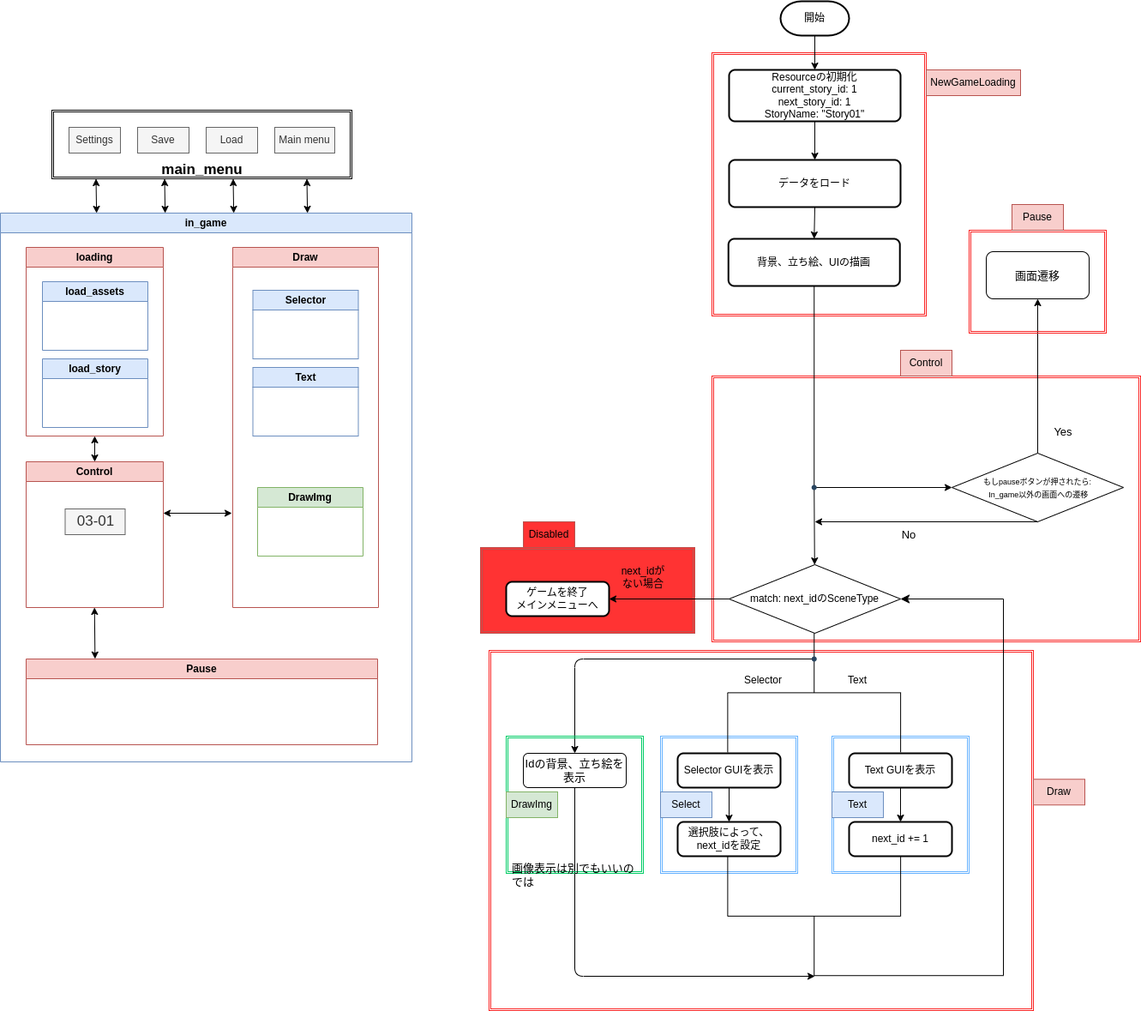
Earlier version of the draw.io export drawio/03_InGame.drawio.png (karasunokoppu/simple-novel-game). Source tidied: cells renumbered, new cells last; positions are measured from the earlier drawing's top-left corner, leaving out a move shared by most shapes.
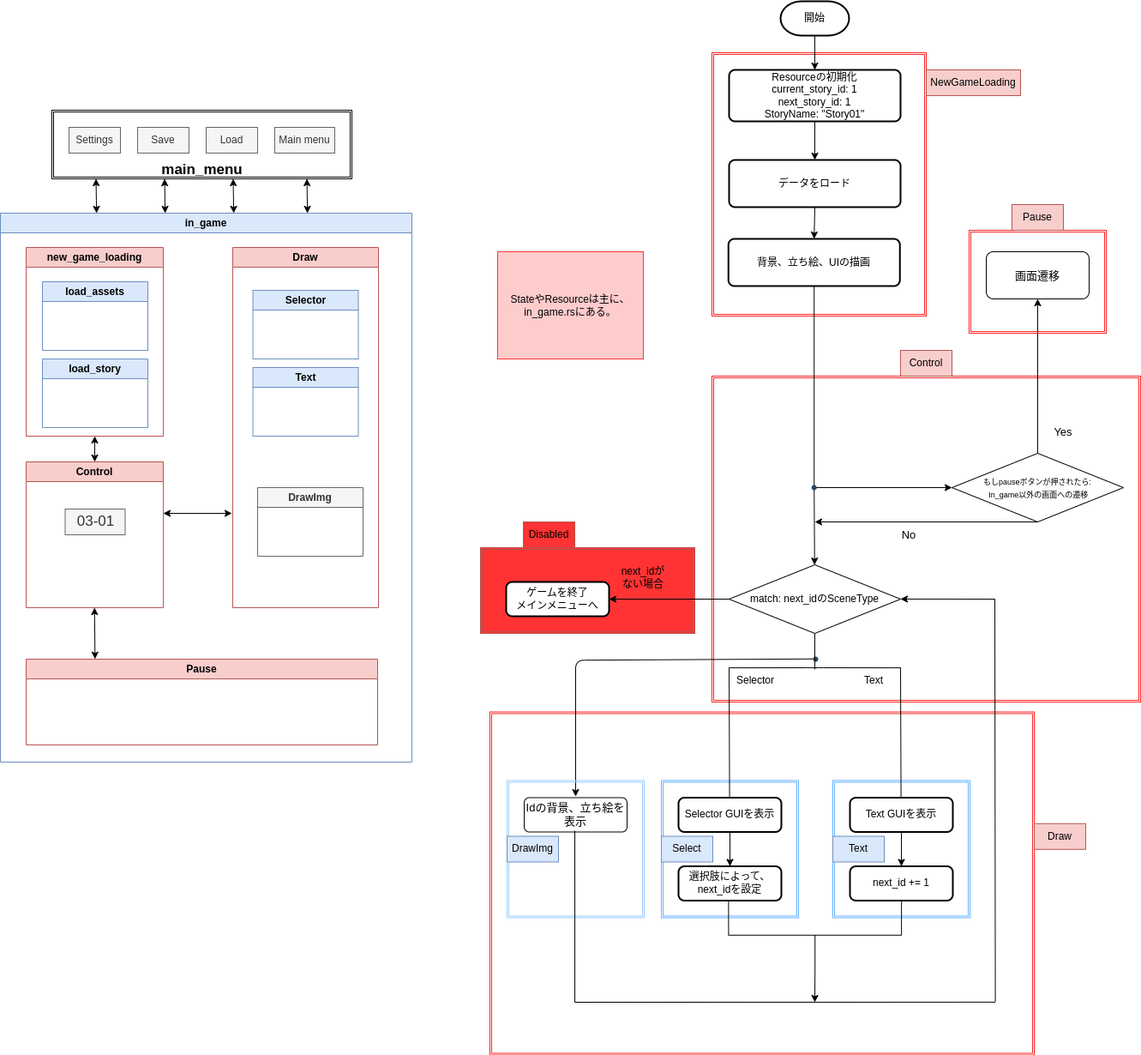
Later version of the same file.

The edit, as a diff of the source:
```diff
@@ -6,16 +6,16 @@
       <mxGeometry x="560" y="637" width="250" height="100" as="geometry" />
     </mxCell>
     <mxCell id="3" style="shape=ext;double=1;rounded=0;whiteSpace=wrap;html=1;fontSize=17;fillColor=none;strokeColor=#FA2323;" parent="1" vertex="1">
-      <mxGeometry x="570" y="757" width="635" height="420" as="geometry" />
+      <mxGeometry x="571" y="828.5" width="635" height="400" as="geometry" />
     </mxCell>
     <mxCell id="4" style="shape=ext;double=1;rounded=0;whiteSpace=wrap;html=1;fontSize=17;fillColor=none;strokeColor=#66B2FF;" parent="1" vertex="1">
-      <mxGeometry x="770" y="857" width="160" height="160" as="geometry" />
+      <mxGeometry x="771" y="908.5" width="160" height="160" as="geometry" />
     </mxCell>
     <mxCell id="5" style="shape=ext;double=1;rounded=0;whiteSpace=wrap;html=1;fontSize=17;fillColor=none;strokeColor=#FA2323;" parent="1" vertex="1">
       <mxGeometry x="830" y="60" width="250" height="307" as="geometry" />
     </mxCell>
     <mxCell id="6" style="shape=ext;double=1;rounded=0;whiteSpace=wrap;html=1;fontSize=17;fillColor=none;strokeColor=#FA2323;" parent="1" vertex="1">
-      <mxGeometry x="830" y="437" width="500" height="310" as="geometry" />
+      <mxGeometry x="830" y="437" width="500" height="380" as="geometry" />
     </mxCell>
     <mxCell id="7" value="in_game" style="swimlane;whiteSpace=wrap;html=1;fillColor=#dae8fc;strokeColor=#6c8ebf;" parent="1" vertex="1">
       <mxGeometry y="247" width="480" height="640" as="geometry" />
@@ -29,7 +29,7 @@
     <mxCell id="10" value="Text" style="swimlane;whiteSpace=wrap;html=1;fillColor=#dae8fc;strokeColor=#6c8ebf;" parent="8" vertex="1">
       <mxGeometry x="23.5" y="140" width="123" height="80" as="geometry" />
     </mxCell>
-    <mxCell id="11" value="DrawImg" style="swimlane;whiteSpace=wrap;html=1;fillColor=#d5e8d4;strokeColor=#82b366;" parent="8" vertex="1">
+    <mxCell id="11" value="DrawImg" style="swimlane;whiteSpace=wrap;html=1;fillColor=#f5f5f5;strokeColor=#666666;fontColor=#333333;" parent="8" vertex="1">
       <mxGeometry x="29" y="280" width="123" height="80" as="geometry" />
     </mxCell>
     <mxCell id="12" value="Control" style="swimlane;whiteSpace=wrap;html=1;fillColor=#f8cecc;strokeColor=#b85450;" parent="7" vertex="1">
@@ -38,7 +38,7 @@
     <mxCell id="13" value="03-01" style="text;html=1;align=center;verticalAlign=middle;fontSize=17;fillColor=#f5f5f5;fontColor=#333333;strokeColor=#666666;" parent="12" vertex="1">
       <mxGeometry x="45.5" y="55" width="70" height="30" as="geometry" />
     </mxCell>
-    <mxCell id="14" value="loading" style="swimlane;whiteSpace=wrap;html=1;fillColor=#f8cecc;strokeColor=#b85450;" parent="7" vertex="1">
+    <mxCell id="14" value="new_game_loading" style="swimlane;whiteSpace=wrap;html=1;fillColor=#f8cecc;strokeColor=#b85450;" parent="7" vertex="1">
       <mxGeometry x="30" y="40" width="160" height="220" as="geometry" />
     </mxCell>
     <mxCell id="15" value="load_assets" style="swimlane;whiteSpace=wrap;html=1;fillColor=#dae8fc;strokeColor=#6c8ebf;" parent="14" vertex="1">
@@ -131,39 +131,39 @@
       <mxGeometry relative="1" as="geometry" />
     </mxCell>
     <mxCell id="39" value="Text GUIを表示" style="rounded=1;whiteSpace=wrap;html=1;absoluteArcSize=1;arcSize=14;strokeWidth=2;" parent="1" vertex="1">
-      <mxGeometry x="990" y="877" width="120" height="40" as="geometry" />
+      <mxGeometry x="991" y="928.5" width="120" height="40" as="geometry" />
     </mxCell>
     <mxCell id="40" value="Selector GUIを表示" style="rounded=1;whiteSpace=wrap;html=1;absoluteArcSize=1;arcSize=14;strokeWidth=2;" parent="1" vertex="1">
-      <mxGeometry x="790" y="877" width="120" height="40" as="geometry" />
+      <mxGeometry x="791" y="928.5" width="120" height="40" as="geometry" />
     </mxCell>
     <mxCell id="41" value="Text" style="text;html=1;strokeColor=none;fillColor=none;align=center;verticalAlign=middle;whiteSpace=wrap;rounded=0;" parent="1" vertex="1">
-      <mxGeometry x="970" y="777" width="60" height="30" as="geometry" />
+      <mxGeometry x="989.2" y="777" width="60" height="30" as="geometry" />
     </mxCell>
     <mxCell id="42" value="Selector" style="text;html=1;strokeColor=none;fillColor=none;align=center;verticalAlign=middle;whiteSpace=wrap;rounded=0;" parent="1" vertex="1">
-      <mxGeometry x="860" y="777" width="60" height="30" as="geometry" />
+      <mxGeometry x="851" y="777" width="60" height="30" as="geometry" />
     </mxCell>
     <mxCell id="43" value="選択肢によって、next_idを設定" style="rounded=1;whiteSpace=wrap;html=1;absoluteArcSize=1;arcSize=14;strokeWidth=2;" parent="1" vertex="1">
-      <mxGeometry x="790" y="957" width="120" height="40" as="geometry" />
+      <mxGeometry x="791" y="1008.5" width="120" height="40" as="geometry" />
     </mxCell>
     <mxCell id="44" style="endArrow=classic;html=1;exitX=0.5;exitY=1;exitDx=0;exitDy=0;" parent="1" edge="1" source="40" target="43">
       <mxGeometry relative="1" as="geometry" />
     </mxCell>
     <mxCell id="45" value="next_id += 1" style="rounded=1;whiteSpace=wrap;html=1;absoluteArcSize=1;arcSize=14;strokeWidth=2;" parent="1" vertex="1">
-      <mxGeometry x="990" y="957" width="120" height="40" as="geometry" />
+      <mxGeometry x="991" y="1008.5" width="120" height="40" as="geometry" />
     </mxCell>
     <mxCell id="46" style="endArrow=classic;html=1;exitX=0.5;exitY=1;exitDx=0;exitDy=0;" parent="1" edge="1" target="45">
       <mxGeometry relative="1" as="geometry">
-        <mxPoint x="1050" y="917" as="sourcePoint" />
+        <mxPoint x="1051" y="968.5" as="sourcePoint" />
       </mxGeometry>
     </mxCell>
     <mxCell id="47" style="shape=ext;double=1;rounded=0;whiteSpace=wrap;html=1;fontSize=17;fillColor=none;strokeColor=#66B2FF;" parent="1" vertex="1">
-      <mxGeometry x="970" y="857" width="160" height="160" as="geometry" />
+      <mxGeometry x="971" y="908.5" width="160" height="160" as="geometry" />
     </mxCell>
     <mxCell id="48" value="Text" style="text;html=1;strokeColor=#6c8ebf;fillColor=#dae8fc;align=center;verticalAlign=middle;whiteSpace=wrap;rounded=0;" parent="1" vertex="1">
-      <mxGeometry x="970" y="922" width="60" height="30" as="geometry" />
+      <mxGeometry x="971" y="973.5" width="60" height="30" as="geometry" />
     </mxCell>
     <mxCell id="49" value="Select" style="text;html=1;strokeColor=#6c8ebf;fillColor=#dae8fc;align=center;verticalAlign=middle;whiteSpace=wrap;rounded=0;" parent="1" vertex="1">
-      <mxGeometry x="770" y="922" width="60" height="30" as="geometry" />
+      <mxGeometry x="771" y="973.5" width="60" height="30" as="geometry" />
     </mxCell>
     <mxCell id="50" value="&lt;font style=&quot;font-size: 9px;&quot;&gt;もしpauseボタンが押されたら:&lt;br&gt;&amp;nbsp;In_game以外の画面への遷移&lt;/font&gt;" style="rhombus;whiteSpace=wrap;html=1;verticalAlign=middle;spacingBottom=0;" parent="1" vertex="1">
       <mxGeometry x="1110" y="527" width="200" height="80" as="geometry" />
@@ -201,11 +201,8 @@
     <mxCell id="60" style="endArrow=classic;html=1;exitDx=0;exitDy=0;startArrow=none;" parent="1" edge="1" source="72" target="37">
       <mxGeometry relative="1" as="geometry" />
     </mxCell>
-    <mxCell id="61" style="strokeWidth=1;html=1;shape=mxgraph.flowchart.annotation_2;align=left;labelPosition=right;strokeColor=#000000;fontSize=13;rotation=90;" parent="1" vertex="1">
-      <mxGeometry x="879.9" y="705.5" width="138.8" height="201.7" as="geometry" />
-    </mxCell>
     <mxCell id="62" style="strokeWidth=1;html=1;shape=mxgraph.flowchart.annotation_2;align=left;labelPosition=right;strokeColor=#000000;fontSize=13;rotation=-90;" parent="1" vertex="1">
-      <mxGeometry x="879.9" y="966" width="138.8" height="201.7" as="geometry" />
+      <mxGeometry x="910.4" y="987.9" width="79.6" height="201.7" as="geometry" />
     </mxCell>
     <mxCell id="63" style="endArrow=classic;html=1;fontSize=17;exitX=0.5;exitY=1;exitDx=0;exitDy=0;" parent="1" edge="1" source="50">
       <mxGeometry relative="1" as="geometry">
@@ -215,53 +212,32 @@
     <mxCell id="64" value="Yes" style="text;html=1;strokeColor=none;fillColor=none;align=center;verticalAlign=middle;whiteSpace=wrap;rounded=0;fontSize=13;" parent="1" vertex="1">
       <mxGeometry x="1210" y="487" width="60" height="30" as="geometry" />
     </mxCell>
-    <mxCell id="65" style="edgeStyle=segmentEdgeStyle;endArrow=classic;html=1;curved=0;rounded=0;endSize=8;startSize=8;fontSize=13;exitX=0;exitY=0.5;exitDx=0;exitDy=0;exitPerimeter=0;entryX=1;entryY=0.5;entryDx=0;entryDy=0;" parent="1" edge="1" source="62" target="37">
-      <mxGeometry relative="1" as="geometry">
-        <Array as="points">
-          <mxPoint x="1170" y="1136" />
-          <mxPoint x="1170" y="697" />
-        </Array>
-      </mxGeometry>
-    </mxCell>
     <mxCell id="66" value="Draw" style="text;html=1;strokeColor=#b85450;fillColor=#f8cecc;align=center;verticalAlign=middle;whiteSpace=wrap;rounded=0;" parent="1" vertex="1">
-      <mxGeometry x="1205" y="907.2" width="60" height="30" as="geometry" />
+      <mxGeometry x="1206" y="958.7" width="60" height="30" as="geometry" />
     </mxCell>
     <mxCell id="67" value="Idの背景、立ち絵を表示" style="rounded=1;whiteSpace=wrap;html=1;strokeWidth=1;fontSize=13;" parent="1" vertex="1">
-      <mxGeometry x="610" y="877" width="120" height="40" as="geometry" />
+      <mxGeometry x="611" y="928.5" width="120" height="40" as="geometry" />
     </mxCell>
-    <mxCell id="68" style="endArrow=classic;html=1;fontSize=13;exitX=0.216;exitY=0.496;exitDx=0;exitDy=0;exitPerimeter=0;entryX=0.5;entryY=0;entryDx=0;entryDy=0;" parent="1" edge="1" source="61" target="67">
+    <mxCell id="68" style="endArrow=classic;html=1;fontSize=13;exitDx=0;exitDy=0;exitPerimeter=0;entryX=0.5;entryY=0.116;entryDx=0;entryDy=0;startArrow=none;entryPerimeter=0;" parent="1" edge="1" target="73">
       <mxGeometry relative="1" as="geometry">
+        <mxPoint x="950" y="766.8" as="sourcePoint" />
         <Array as="points">
-          <mxPoint x="670" y="767" />
+          <mxPoint x="671" y="768.2" />
         </Array>
       </mxGeometry>
     </mxCell>
-    <mxCell id="69" style="endArrow=classic;html=1;fontSize=13;exitX=0.5;exitY=1;exitDx=0;exitDy=0;" parent="1" edge="1" source="67">
-      <mxGeometry relative="1" as="geometry">
-        <mxPoint x="950" y="1137" as="targetPoint" />
-        <Array as="points">
-          <mxPoint x="670" y="1137" />
-        </Array>
-      </mxGeometry>
-    </mxCell>
-    <mxCell id="70" style="shape=waypoint;sketch=0;fillStyle=solid;size=6;points=[];fillColor=none;perimeter=centerPerimeter;snapToPoint=1;strokeColor=#294560;strokeWidth=1;fontSize=13;" parent="1" vertex="1">
-      <mxGeometry x="939.2" y="757" width="20" height="20" as="geometry" />
-    </mxCell>
     <mxCell id="71" style="endArrow=none;html=1;exitX=0.5;exitY=1;exitDx=0;exitDy=0;" parent="1" edge="1" source="59" target="72">
       <mxGeometry relative="1" as="geometry" />
     </mxCell>
     <mxCell id="72" style="shape=waypoint;sketch=0;fillStyle=solid;size=6;points=[];fillColor=none;perimeter=centerPerimeter;snapToPoint=1;strokeColor=#294560;strokeWidth=1;fontSize=13;" parent="1" vertex="1">
       <mxGeometry x="939.2" y="557" width="20" height="20" as="geometry" />
     </mxCell>
-    <mxCell id="73" style="shape=ext;double=1;rounded=0;whiteSpace=wrap;html=1;fontSize=17;fillColor=none;strokeColor=#00CC66;" parent="1" vertex="1">
-      <mxGeometry x="590" y="857" width="160" height="160" as="geometry" />
+    <mxCell id="73" style="shape=ext;double=1;rounded=0;whiteSpace=wrap;html=1;fontSize=17;fillColor=none;strokeColor=#99CCFF;" parent="1" vertex="1">
+      <mxGeometry x="591" y="908.5" width="160" height="160" as="geometry" />
     </mxCell>
-    <mxCell id="74" value="DrawImg" style="text;html=1;strokeColor=#82b366;fillColor=#d5e8d4;align=center;verticalAlign=middle;whiteSpace=wrap;rounded=0;" parent="1" vertex="1">
-      <mxGeometry x="590" y="922" width="60" height="30" as="geometry" />
+    <mxCell id="74" value="DrawImg" style="text;html=1;fillColor=#dae8fc;align=center;verticalAlign=middle;whiteSpace=wrap;rounded=0;strokeColor=#6c8ebf;" parent="1" vertex="1">
+      <mxGeometry x="591" y="973.5" width="60" height="30" as="geometry" />
     </mxCell>
-    <mxCell id="75" value="画像表示は別でもいいのでは" style="text;html=1;fillColor=none;align=left;verticalAlign=middle;whiteSpace=wrap;rounded=0;strokeWidth=1;fontSize=13;" parent="1" vertex="1">
-      <mxGeometry x="595" y="966" width="150" height="105" as="geometry" />
-    </mxCell>
     <mxCell id="76" style="endArrow=classic;html=1;exitX=0;exitY=0.5;exitDx=0;exitDy=0;" parent="1" edge="1" source="37">
       <mxGeometry relative="1" as="geometry">
         <mxPoint x="710" y="697" as="targetPoint" />
@@ -276,5 +252,59 @@
     <mxCell id="79" value="Disabled" style="text;html=1;strokeColor=#B85450;fillColor=#FF3333;align=center;verticalAlign=middle;whiteSpace=wrap;rounded=0;" parent="1" vertex="1">
       <mxGeometry x="610" y="607" width="60" height="30" as="geometry" />
     </mxCell>
+    <mxCell id="80" style="endArrow=none;html=1;fontSize=13;entryDx=0;entryDy=0;" parent="1" edge="1" source="70" target="70">
+      <mxGeometry relative="1" as="geometry" />
+    </mxCell>
+    <mxCell id="70" style="shape=waypoint;sketch=0;fillStyle=solid;size=6;points=[];fillColor=none;perimeter=centerPerimeter;snapToPoint=1;strokeColor=#294560;strokeWidth=1;fontSize=13;" parent="1" vertex="1">
+      <mxGeometry x="941" y="757" width="20" height="20" as="geometry" />
+    </mxCell>
+    <mxCell id="81" style="endArrow=none;html=1;entryX=0.04;entryY=0.895;entryDx=0;entryDy=0;entryPerimeter=0;" parent="1" edge="1" target="6">
+      <mxGeometry relative="1" as="geometry">
+        <mxPoint x="850.6" y="928.5" as="sourcePoint" />
+      </mxGeometry>
+    </mxCell>
+    <mxCell id="82" style="endArrow=none;html=1;entryX=0.44;entryY=0.895;entryDx=0;entryDy=0;entryPerimeter=0;" parent="1" edge="1" target="6">
+      <mxGeometry relative="1" as="geometry">
+        <mxPoint x="1050.6" y="928.4" as="sourcePoint" />
+      </mxGeometry>
+    </mxCell>
+    <mxCell id="83" style="endArrow=none;html=1;entryX=0.5;entryY=1;entryDx=0;entryDy=0;" parent="1" edge="1" target="37">
+      <mxGeometry relative="1" as="geometry">
+        <mxPoint x="950" y="779" as="sourcePoint" />
+      </mxGeometry>
+    </mxCell>
+    <mxCell id="84" style="endArrow=none;html=1;exitX=0.04;exitY=0.895;exitDx=0;exitDy=0;exitPerimeter=0;entryX=0.44;entryY=0.895;entryDx=0;entryDy=0;entryPerimeter=0;" parent="1" edge="1" source="6" target="6">
+      <mxGeometry relative="1" as="geometry">
+        <Array as="points">
+          <mxPoint x="950" y="777" />
+        </Array>
+      </mxGeometry>
+    </mxCell>
+    <mxCell id="85" style="endArrow=none;html=1;entryX=0.494;entryY=0.366;entryDx=0;entryDy=0;entryPerimeter=0;exitX=0.156;exitY=0.846;exitDx=0;exitDy=0;exitPerimeter=0;" parent="1" edge="1" source="3" target="73">
+      <mxGeometry relative="1" as="geometry" />
+    </mxCell>
+    <mxCell id="86" style="endArrow=none;html=1;entryX=0.928;entryY=0.846;entryDx=0;entryDy=0;entryPerimeter=0;" parent="1" edge="1" target="3">
+      <mxGeometry relative="1" as="geometry">
+        <mxPoint x="670" y="1167" as="sourcePoint" />
+      </mxGeometry>
+    </mxCell>
+    <mxCell id="87" style="endArrow=none;html=1;entryX=0.66;entryY=0.684;entryDx=0;entryDy=0;entryPerimeter=0;" parent="1" edge="1" target="6">
+      <mxGeometry relative="1" as="geometry">
+        <mxPoint x="1160.6" y="1166.4" as="sourcePoint" />
+      </mxGeometry>
+    </mxCell>
+    <mxCell id="88" style="endArrow=classic;html=1;entryX=0.44;entryY=0.684;entryDx=0;entryDy=0;entryPerimeter=0;" parent="1" edge="1" target="6">
+      <mxGeometry relative="1" as="geometry">
+        <mxPoint x="1160" y="697" as="sourcePoint" />
+      </mxGeometry>
+    </mxCell>
+    <mxCell id="89" style="endArrow=classic;html=1;exitX=0;exitY=0.5;exitDx=0;exitDy=0;exitPerimeter=0;" parent="1" edge="1" source="62">
+      <mxGeometry relative="1" as="geometry">
+        <mxPoint x="950" y="1167" as="targetPoint" />
+      </mxGeometry>
+    </mxCell>
+    <mxCell id="90" value="StateやResourceは主に、&lt;br&gt;in_game.rsにある。" style="text;html=1;strokeColor=#FF3333;fillColor=#ffcccc;align=center;verticalAlign=middle;whiteSpace=wrap;rounded=0;" parent="1" vertex="1">
+      <mxGeometry x="580" y="292" width="170" height="125" as="geometry" />
+    </mxCell>
   </root>
 </mxGraphModel>
```
